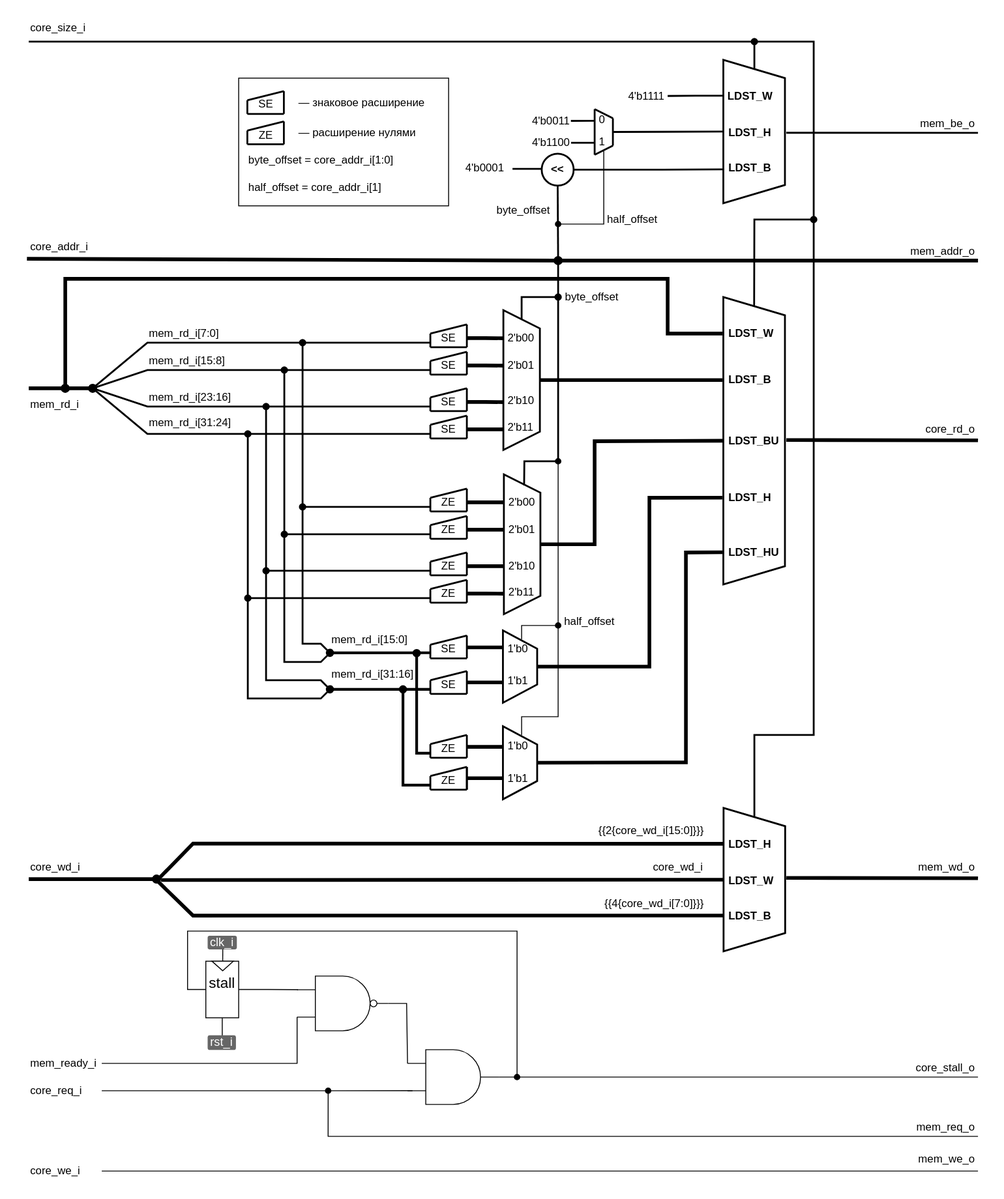
The draw.io diagram .pic/Labs/lab_08_lsu/fig_06.drawio.svg in MPSU/APS, before a commit. Source tidied: cells renumbered, new cells last; positions are measured from the earlier drawing's top-left corner, leaving out a move shared by most shapes.
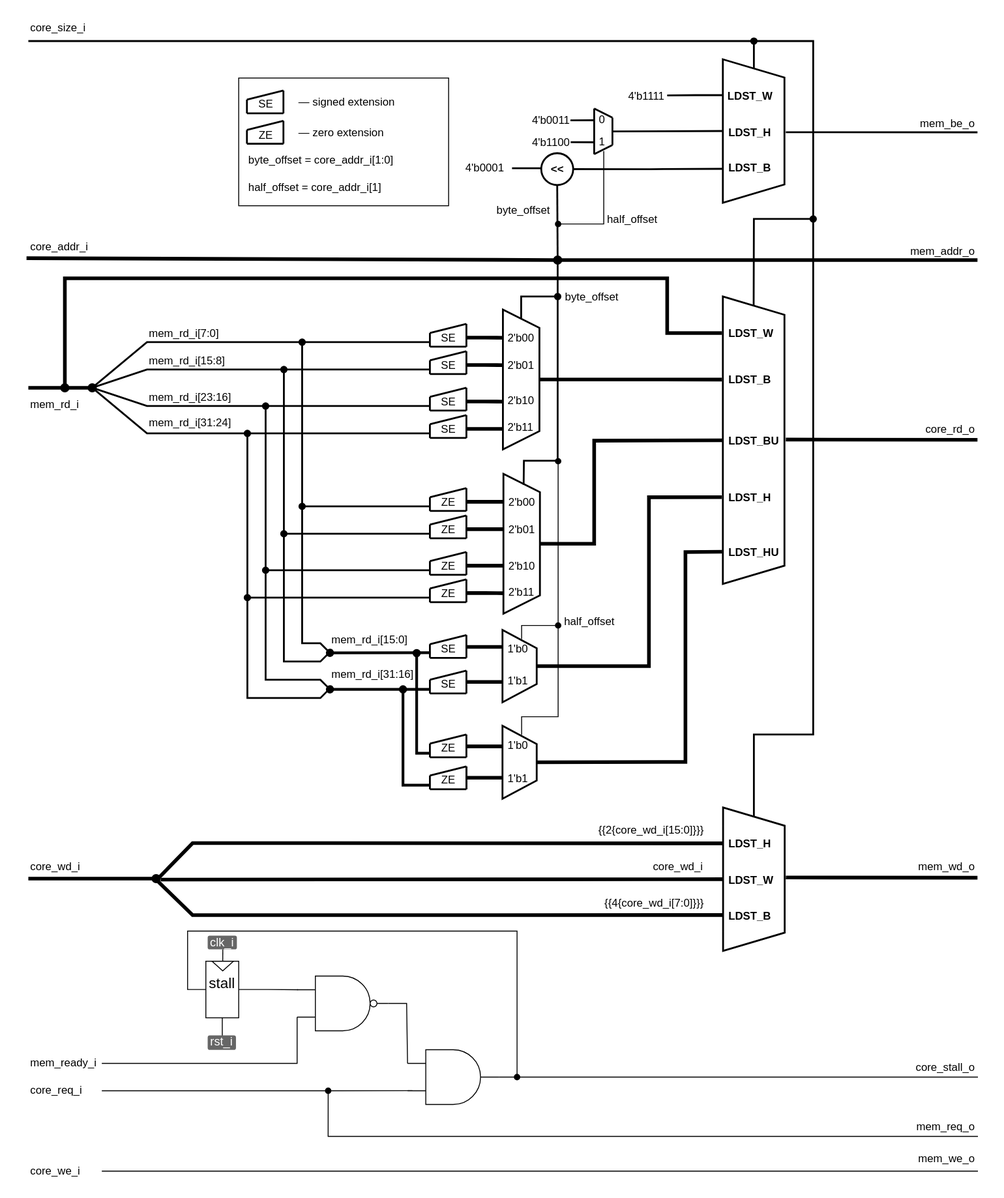
After the change.

What changed in the source:
```diff
@@ -1101,7 +1101,7 @@
     <mxCell id="225" value="SE" style="text;html=1;strokeColor=none;fillColor=none;align=center;verticalAlign=middle;whiteSpace=wrap;rounded=0;strokeWidth=2;" parent="220" vertex="1">
       <mxGeometry y="5" width="40" height="20" as="geometry" />
     </mxCell>
-    <mxCell id="226" value="— знаковое расширение" style="text;html=1;strokeColor=none;fillColor=none;align=left;verticalAlign=middle;whiteSpace=wrap;rounded=0;fontSize=12;comic=0;" parent="1" vertex="1">
+    <mxCell id="226" value="— signed extension" style="text;html=1;strokeColor=none;fillColor=none;align=left;verticalAlign=middle;whiteSpace=wrap;rounded=0;fontSize=12;comic=0;" parent="1" vertex="1">
       <mxGeometry x="295.5" y="81.7" width="155" height="20" as="geometry" />
     </mxCell>
     <mxCell id="227" style="group;" parent="1" vertex="1">
@@ -1134,7 +1134,7 @@
     <mxCell id="232" value="ZE" style="text;html=1;strokeColor=none;fillColor=none;align=center;verticalAlign=middle;whiteSpace=wrap;rounded=0;strokeWidth=2;" parent="227" vertex="1">
       <mxGeometry y="5" width="40" height="20" as="geometry" />
     </mxCell>
-    <mxCell id="233" value="— расширение нулями" style="text;html=1;strokeColor=none;fillColor=none;align=left;verticalAlign=middle;whiteSpace=wrap;rounded=0;fontSize=12;comic=0;" parent="1" vertex="1">
+    <mxCell id="233" value="— zero extension" style="text;html=1;strokeColor=none;fillColor=none;align=left;verticalAlign=middle;whiteSpace=wrap;rounded=0;fontSize=12;comic=0;" parent="1" vertex="1">
       <mxGeometry x="295.5" y="115" width="155" height="20" as="geometry" />
     </mxCell>
   </root>
```
